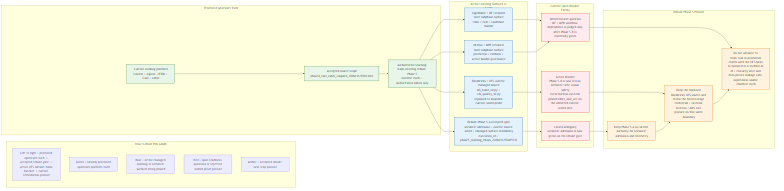
EsosaOrumwese/fraud-detection-system keeps this Mermaid diagram as docs/design/platform/dev_full/graph/readiness/dev_full_learning_mlops_readiness_delta_current_v0.mermaid.png. Above is the earlier version. Its source is kept beside it as docs/design/platform/dev_full/graph/readiness/dev_full_learning_mlops_readiness_delta_current_v0.mermaid.mmd.
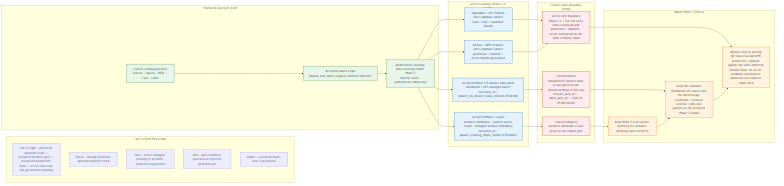
After the change.

Commit message:
Repin Phase5 OFS proof to bounded learning slice

What changed in the source:
```diff
@@ -6,10 +6,10 @@
 flowchart LR
 
   subgraph LEGEND["How to Read This Graph"]
-    L1["Left to right = promoted upstream truth -> accepted rebuilt gate -> active OFS dataset-basis blocker -> current remediation posture"]
+    L1["Left to right = promoted upstream truth -> accepted semantic gate -> accepted bounded OFS basis -> active train/eval and governance boundary"]
     L2["Green = already promoted upstream platform truth"]
     L3["Blue = active managed learning or semantic surfaces being pinned"]
-    L4["Red = open readiness questions or rejected rushed proof posture"]
+    L4["Red = open readiness questions or rejected proof posture"]
     L5["Amber = accepted rebuilt next-step posture"]
   end
 
@@ -20,22 +20,22 @@
   end
 
   subgraph SURFACES["Active Learning Surfaces In Scope"]
-    S1["Rebuilt Phase 5.A accepted gate<br>semantic admission + current source world + managed-surface readability<br>execution_id = phase5_learning_mlops_20260312T041559Z"]
-    S2["Databricks / OFS current managed source<br>ofs_build_v0.py + ofs_quality_v0.py<br>repinned to bounded current-world probe"]
+    S1["Accepted Phase 5.A gate<br>semantic admission + current source world + managed-surface readability<br>execution_id = phase5_learning_mlops_20260312T054200Z"]
+    S2["Accepted Phase 5.B dataset-basis proof<br>Databricks / OFS managed source<br>execution_id = phase5_ofs_dataset_basis_20260312T054900Z"]
     S3["SageMaker / MF retained later subphase surface<br>train / eval / candidate bundle"]
     S4["MLflow / MPR retained later subphase surface<br>promotion / rollback / active bundle governance"]
   end
 
-  subgraph BLOCKERS["Current Open Blocker Family"]
+  subgraph BLOCKERS["Current Open Boundary Family"]
     B1["Closed ambiguity<br>semantic admission is now green on the rebuilt gate"]
-    B2["Active blocker<br>Phase 5.B is now red on semantic time-causal safety<br>event horizon exceeds pinned label_asof_utc on the admitted current-world slice"]
-    B3["Deferred later question<br>MF / MPR workflow dependence is judged only after Phase 5.B is materially green"]
+    B2["Closed blocker<br>bounded OFS dataset basis is now green on the promoted Phase 4 time law<br>feature_asof_utc = label_asof_utc = 2026-03-05T00:00:00Z"]
+    B3["Active next boundary<br>Phase 5.C / 5.D still need train/eval proof and promotion / rollback / active-truth proof on the same evidence chain"]
   end
 
   subgraph POSTURE["Rebuilt Phase 5 Posture"]
     P1["Keep Phase 5.A as current authority for semantic admission and telemetry"]
-    P2["Keep the repinned Databricks OFS source and retain the fixed storage credential / external location / AWS role posture on that same boundary"]
-    P3["Do not advance to train/eval or promotion claims until the OFS basis is repinned to a truthful as-of / maturity slice and then proves leakage-safe, supervision-usable manifest truth"]
+    P2["Keep the repinned Databricks OFS source and the fixed storage credential / external location / AWS role posture as the accepted Phase 5.B basis"]
+    P3["Advance only by proving MF train/eval and MPR promotion / rollback against the same admitted dataset basis; do not let workflow convenience substitute for evidence-chain truth"]
   end
 
   U1 --> U2
```
